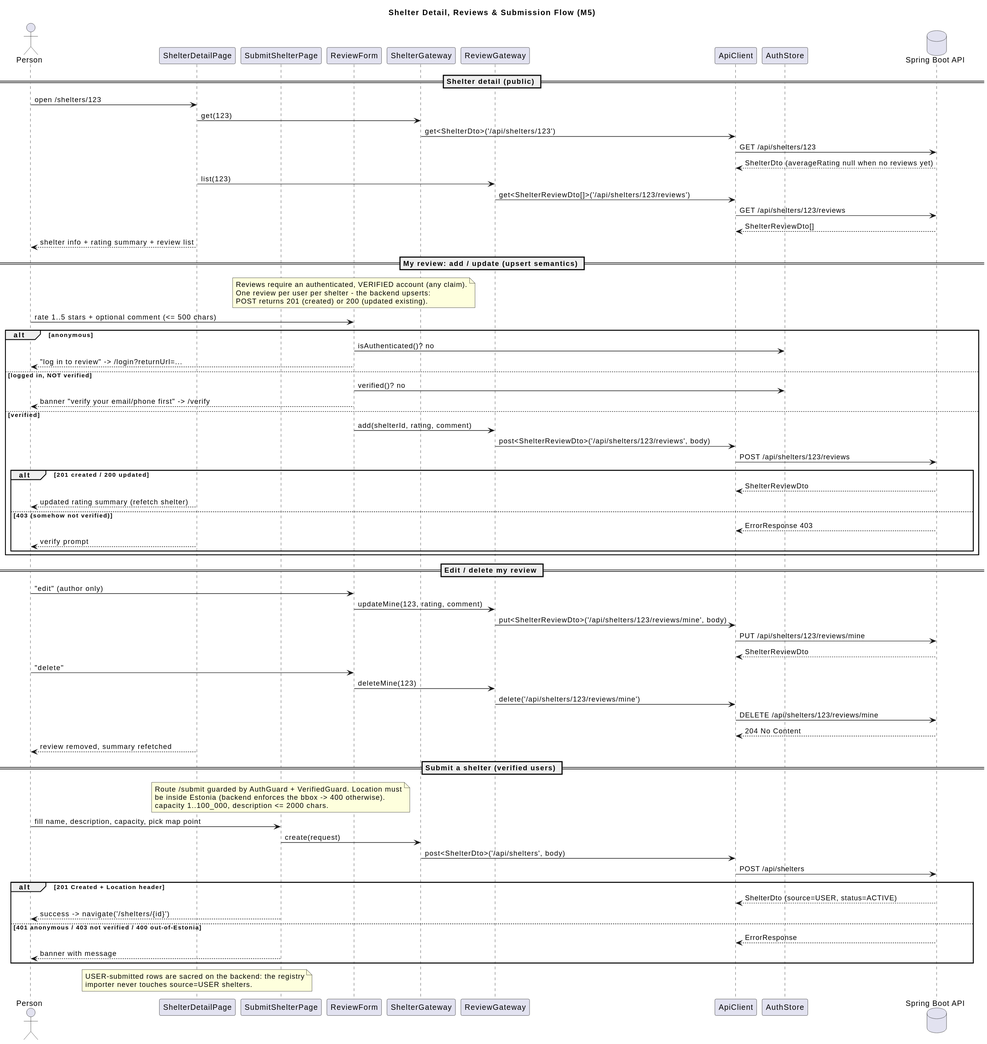
This is frontend/docs/out/05-shelter-review-flow.svg from Bro223/OpenShelter, a PlantUML export, as it was before one commit.
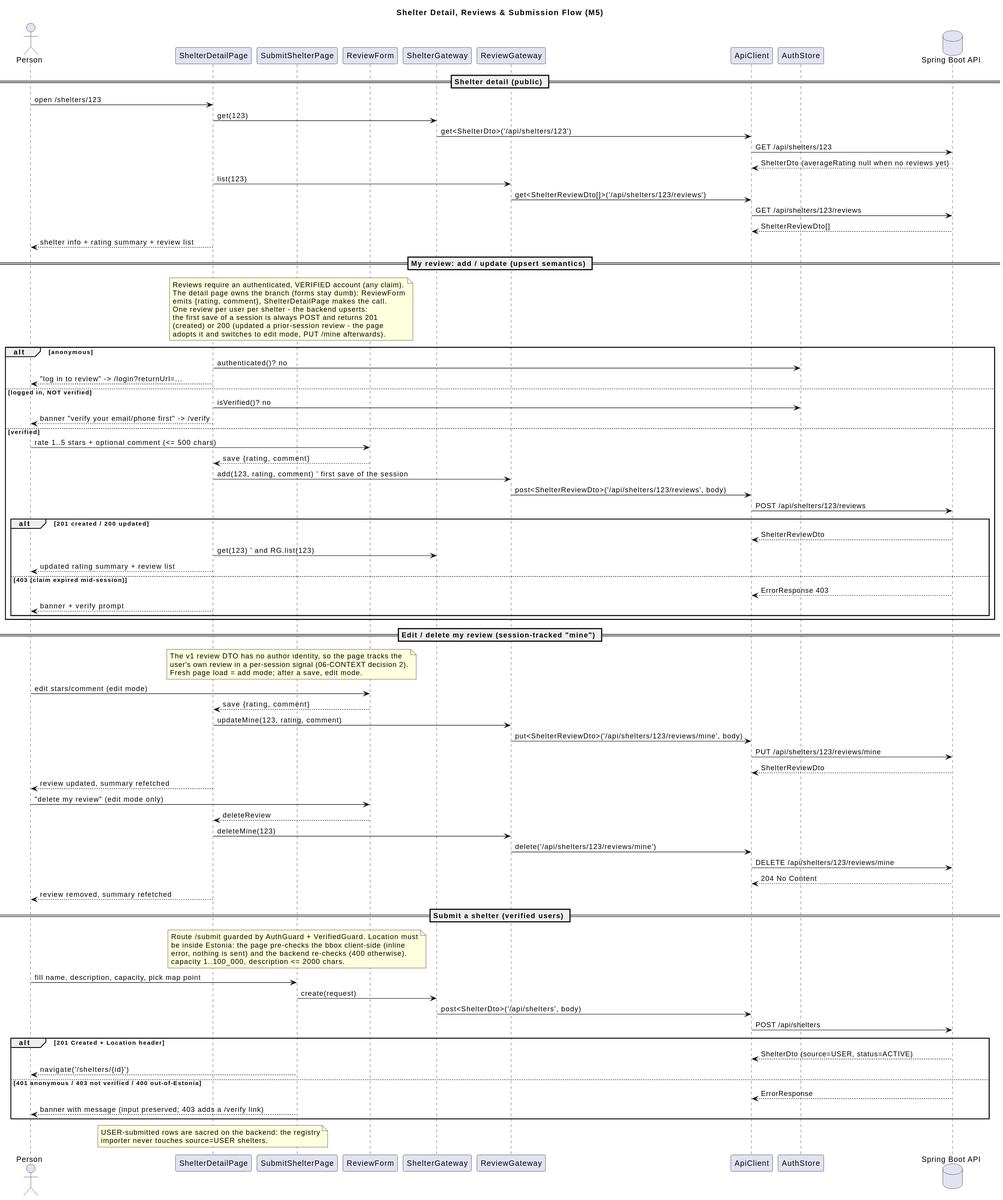
The same diagram one commit later.

What changed in the source:
```diff
@@ -25,40 +25,54 @@
 DP --> Person : shelter info + rating summary + review list
 
 == My review: add / update (upsert semantics) ==
-note over RF
+note over DP, RF
   Reviews require an authenticated, VERIFIED account (any claim).
+  The detail page owns the branch (forms stay dumb): ReviewForm
+  emits {rating, comment}, ShelterDetailPage makes the call.
   One review per user per shelter - the backend upserts:
-  POST returns 201 (created) or 200 (updated existing).
+  the first save of a session is always POST and returns 201
+  (created) or 200 (updated a prior-session review - the page
+  adopts it and switches to edit mode, PUT /mine afterwards).
 end note
-Person -> RF : rate 1..5 stars + optional comment (<= 500 chars)
 alt anonymous
-  RF -> AS : isAuthenticated()? no
-  RF --> Person : "log in to review" -> /login?returnUrl=...
+  DP -> AS : authenticated()? no
+  DP --> Person : "log in to review" -> /login?returnUrl=...
 else logged in, NOT verified
-  RF -> AS : verified()? no
-  RF --> Person : banner "verify your email/phone first" -> /verify
+  DP -> AS : isVerified()? no
+  DP --> Person : banner "verify your email/phone first" -> /verify
 else verified
-  RF -> RG : add(shelterId, rating, comment)
+  Person -> RF : rate 1..5 stars + optional comment (<= 500 chars)
+  RF --> DP : save {rating, comment}
+  DP -> RG : add(123, rating, comment)   ' first save of the session
   RG -> AC : post<ShelterReviewDto>('/api/shelters/123/reviews', body)
   AC -> API : POST /api/shelters/123/reviews
   alt 201 created / 200 updated
     API --> AC : ShelterReviewDto
-    DP --> Person : updated rating summary (refetch shelter)
-  else 403 (somehow not verified)
+    DP -> SHG : get(123)  ' and RG.list(123)
+    DP --> Person : updated rating summary + review list
+  else 403 (claim expired mid-session)
     API --> AC : ErrorResponse 403
-    DP --> Person : verify prompt
+    DP --> Person : banner + verify prompt
   end
 end
 
-== Edit / delete my review ==
-Person -> RF : "edit" (author only)
-RF -> RG : updateMine(123, rating, comment)
+== Edit / delete my review (session-tracked "mine") ==
+note over DP, RF
+  The v1 review DTO has no author identity, so the page tracks the
+  user's own review in a per-session signal (06-CONTEXT decision 2).
+  Fresh page load = add mode; after a save, edit mode.
+end note
+Person -> RF : edit stars/comment (edit mode)
+RF --> DP : save {rating, comment}
+DP -> RG : updateMine(123, rating, comment)
 RG -> AC : put<ShelterReviewDto>('/api/shelters/123/reviews/mine', body)
 AC -> API : PUT /api/shelters/123/reviews/mine
 API --> AC : ShelterReviewDto
+DP --> Person : review updated, summary refetched
 
-Person -> RF : "delete"
-RF -> RG : deleteMine(123)
+Person -> RF : "delete my review" (edit mode only)
+RF --> DP : deleteReview
+DP -> RG : deleteMine(123)
 RG -> AC : delete('/api/shelters/123/reviews/mine')
 AC -> API : DELETE /api/shelters/123/reviews/mine
 API --> AC : 204 No Content
@@ -67,7 +81,8 @@
 == Submit a shelter (verified users) ==
 note over SP
   Route /submit guarded by AuthGuard + VerifiedGuard. Location must
-  be inside Estonia (backend enforces the bbox -> 400 otherwise).
+  be inside Estonia: the page pre-checks the bbox client-side (inline
+  error, nothing is sent) and the backend re-checks (400 otherwise).
   capacity 1..100_000, description <= 2000 chars.
 end note
 Person -> SP : fill name, description, capacity, pick map point
@@ -76,10 +91,10 @@
 AC -> API : POST /api/shelters
 alt 201 Created + Location header
   API --> AC : ShelterDto (source=USER, status=ACTIVE)
-  SP --> Person : success -> navigate('/shelters/{id}')
+  SP --> Person : navigate('/shelters/{id}')
 else 401 anonymous / 403 not verified / 400 out-of-Estonia
   API --> AC : ErrorResponse
-  SP --> Person : banner with message
+  SP --> Person : banner with message (input preserved; 403 adds a /verify link)
 end
 
 note over DP
```
